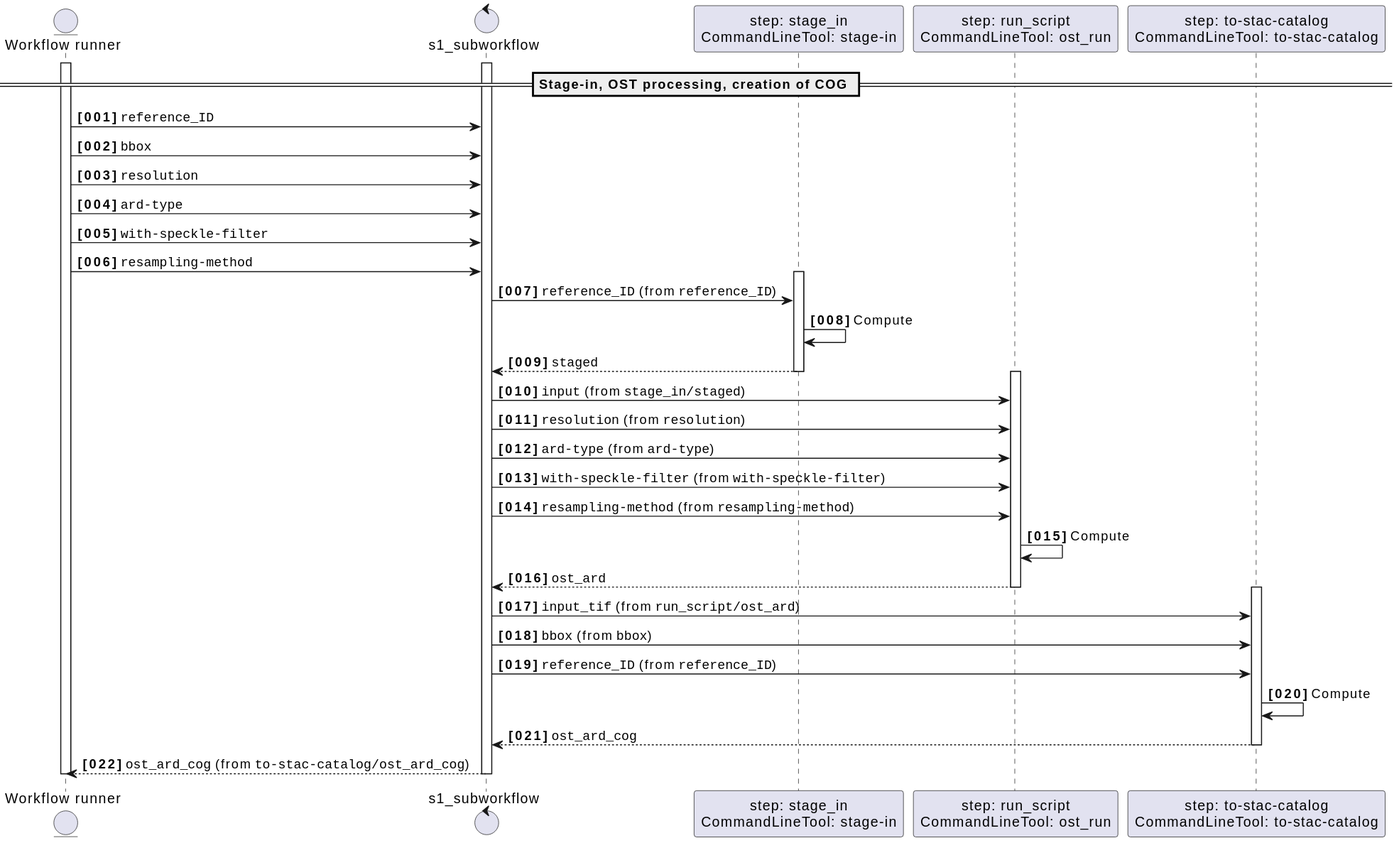
Above: docs/s1_subworkflow/sequence.svg in Terradue/eoap-open-sar-toolkit (PlantUML), before the change. Its diagram source:
```plantuml
@startuml

autonumber "<b>[000]"



entity "Workflow runner" as wfrunner
activate wfrunner



== Stage-in, OST processing, creation of COG ==
control "s1_subworkflow" as s1_subworkflow_or
activate s1_subworkflow_or


wfrunner -> s1_subworkflow_or : ""reference_ID""

wfrunner -> s1_subworkflow_or : ""bbox""

wfrunner -> s1_subworkflow_or : ""resolution""

wfrunner -> s1_subworkflow_or : ""ard-type""

wfrunner -> s1_subworkflow_or : ""with-speckle-filter""

wfrunner -> s1_subworkflow_or : ""resampling-method""







participant "step: stage_in\nCommandLineTool: stage-in" as stage_in
activate stage_in



s1_subworkflow_or -> stage_in : ""reference_ID"" (from ""reference_ID"")



stage_in -> stage_in : Compute


s1_subworkflow_or <-- stage_in : ""staged""


deactivate stage_in








participant "step: run_script\nCommandLineTool: ost_run" as run_script
activate run_script



s1_subworkflow_or -> run_script : ""input"" (from ""stage_in/staged"")



s1_subworkflow_or -> run_script : ""resolution"" (from ""resolution"")



s1_subworkflow_or -> run_script : ""ard-type"" (from ""ard-type"")



s1_subworkflow_or -> run_script : ""with-speckle-filter"" (from ""with-speckle-filter"")



s1_subworkflow_or -> run_script : ""resampling-method"" (from ""resampling-method"")



run_script -> run_script : Compute


s1_subworkflow_or <-- run_script : ""ost_ard""


deactivate run_script








participant "step: to-stac-catalog\nCommandLineTool: to-stac-catalog" as to_stac_catalog
activate to_stac_catalog



s1_subworkflow_or -> to_stac_catalog : ""input_tif"" (from ""run_script/ost_ard"")



s1_subworkflow_or -> to_stac_catalog : ""bbox"" (from ""bbox"")



s1_subworkflow_or -> to_stac_catalog : ""reference_ID"" (from ""reference_ID"")



to_stac_catalog -> to_stac_catalog : Compute


s1_subworkflow_or <-- to_stac_catalog : ""ost_ard_cog""


deactivate to_stac_catalog







wfrunner <-- s1_subworkflow_or : ""ost_ard_cog"" (from ""to-stac-catalog/ost_ard_cog"")



deactivate s1_subworkflow_or


deactivate wfrunner
@enduml
```
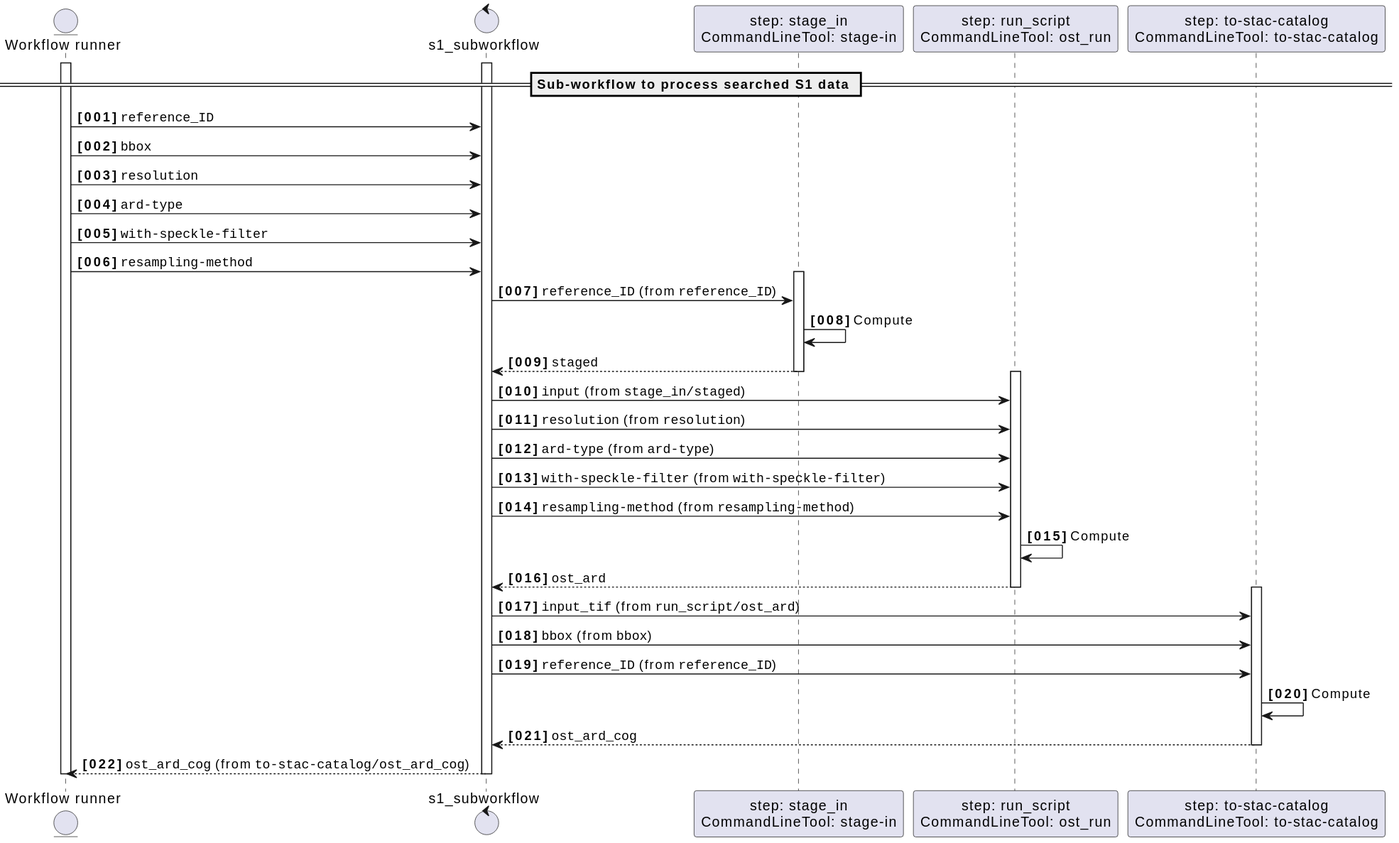
After the change.

Change to the diagram source:
```diff
@@ -9,7 +9,7 @@
 
 
 
-== Stage-in, OST processing, creation of COG ==
+== Sub-workflow to process searched S1 data ==
 control "s1_subworkflow" as s1_subworkflow_or
 activate s1_subworkflow_or
 
```
